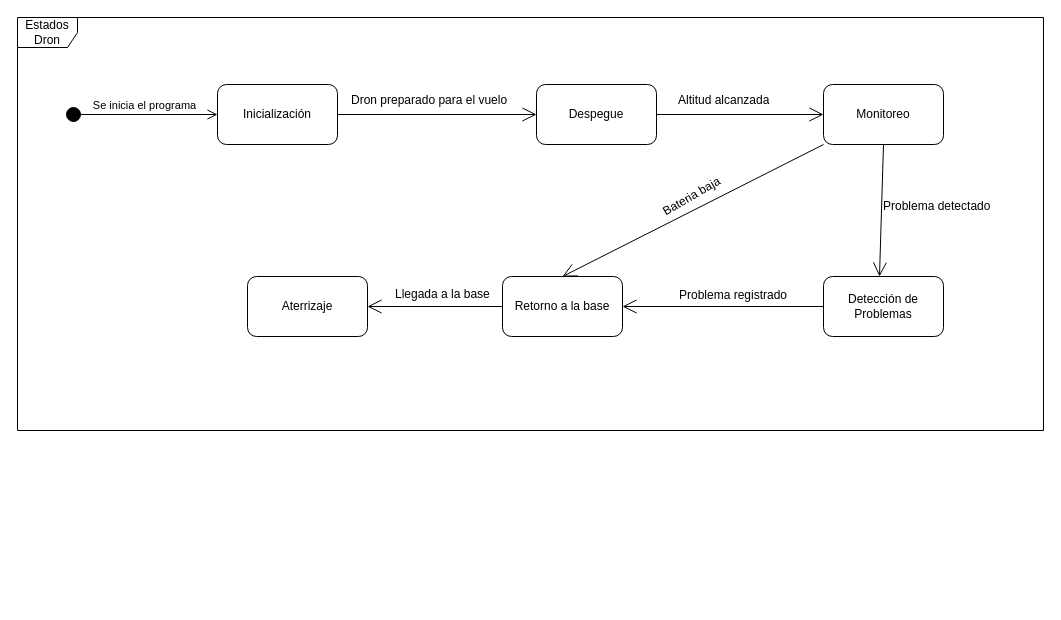
Before: DiagramaEstadoDron.drawio in Leche-de-flamenco/Proyecto-ETS, a draw.io diagram. Source tidied: cells renumbered, new cells numbered last; positions are measured from the earlier drawing's top-left corner, leaving out a move shared by most shapes. Both pictures are drawn from the tidied source at 100%, with x=0, y=0 at pixel (17, 17).
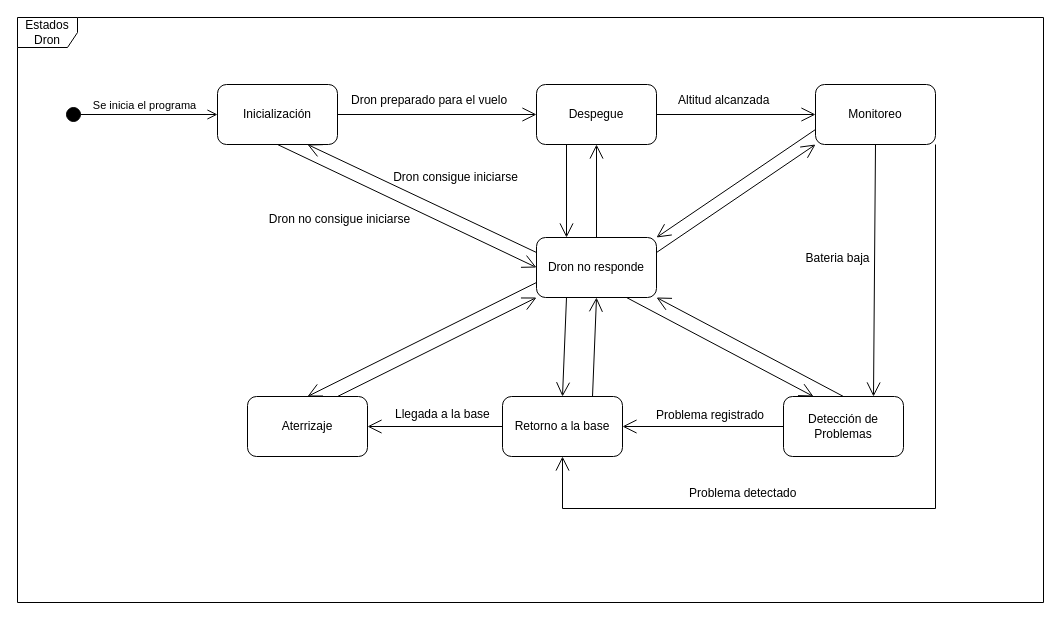
After the change.

The change refers to these unchanged cells:
```xml
<mxCell id="3" value="Inicialización" style="rounded=1;whiteSpace=wrap;html=1;" parent="1" vertex="1">
  <mxGeometry x="200" y="67" width="120" height="60" as="geometry" />
</mxCell>
<mxCell id="4" value="Despegue" style="rounded=1;whiteSpace=wrap;html=1;" parent="1" vertex="1">
  <mxGeometry x="519" y="67" width="120" height="60" as="geometry" />
</mxCell>
```

What changed in the source:
```diff
@@
     <mxCell id="7" value="Monitoreo" style="rounded=1;whiteSpace=wrap;html=1;" parent="1" vertex="1">
-      <mxGeometry x="806" y="67" width="120" height="60" as="geometry" />
+      <mxGeometry x="798" y="67" width="120" height="60" as="geometry" />
     </mxCell>
@@
     <mxCell id="10" value="Detección de Problemas" style="rounded=1;whiteSpace=wrap;html=1;" parent="1" vertex="1">
-      <mxGeometry x="806" y="259" width="120" height="60" as="geometry" />
+      <mxGeometry x="766" y="379" width="120" height="60" as="geometry" />
     </mxCell>
     <mxCell id="11" value="Problema detectado" style="text;whiteSpace=wrap;html=1;rotation=0;" parent="1" vertex="1">
-      <mxGeometry x="864" y="175" width="135" height="36" as="geometry" />
+      <mxGeometry x="670" y="462" width="135" height="36" as="geometry" />
     </mxCell>
-    <mxCell id="12" style="endArrow=open;endFill=1;endSize=12;html=1;rounded=0;exitX=0.5;exitY=1;exitDx=0;exitDy=0;" parent="1" edge="1" source="7">
-      <mxGeometry relative="1" as="geometry">
-        <mxPoint x="862" y="259" as="targetPoint" />
-      </mxGeometry>
+    <mxCell id="12" style="endArrow=open;endFill=1;endSize=12;html=1;rounded=0;exitX=0.5;exitY=1;exitDx=0;exitDy=0;entryX=0.75;entryY=0;entryDx=0;entryDy=0;" parent="1" edge="1" source="7" target="10">
+      <mxGeometry relative="1" as="geometry" />
     </mxCell>
     <mxCell id="13" value="Retorno a la base" style="rounded=1;whiteSpace=wrap;html=1;" parent="1" vertex="1">
-      <mxGeometry x="485" y="259" width="120" height="60" as="geometry" />
+      <mxGeometry x="485" y="379" width="120" height="60" as="geometry" />
     </mxCell>
-    <mxCell id="14" style="endArrow=open;endFill=1;endSize=12;html=1;rounded=0;exitX=0;exitY=1;exitDx=0;exitDy=0;entryX=0.5;entryY=0;entryDx=0;entryDy=0;" parent="1" edge="1" source="7" target="13">
-      <mxGeometry relative="1" as="geometry" />
+    <mxCell id="14" style="endArrow=open;endFill=1;endSize=12;html=1;rounded=0;exitX=1;exitY=1;exitDx=0;exitDy=0;entryX=0.5;entryY=1;entryDx=0;entryDy=0;" parent="1" edge="1" source="7" target="13">
+      <mxGeometry relative="1" as="geometry">
+        <Array as="points">
+          <mxPoint x="918" y="491" />
+          <mxPoint x="545" y="491" />
+        </Array>
+      </mxGeometry>
     </mxCell>
     <mxCell id="15" value="Aterrizaje" style="rounded=1;whiteSpace=wrap;html=1;" parent="1" vertex="1">
-      <mxGeometry x="230" y="259" width="120" height="60" as="geometry" />
+      <mxGeometry x="230" y="379" width="120" height="60" as="geometry" />
     </mxCell>
     <mxCell id="16" value="Llegada a la base" style="text;whiteSpace=wrap;html=1;" parent="1" vertex="1">
-      <mxGeometry x="376" y="263" width="123" height="36" as="geometry" />
+      <mxGeometry x="376" y="383" width="123" height="36" as="geometry" />
     </mxCell>
@@
-    <mxCell id="19" value="Bateria baja" style="text;html=1;strokeColor=none;fillColor=none;align=center;verticalAlign=middle;whiteSpace=wrap;rounded=0;rotation=-30;" parent="1" vertex="1">
-      <mxGeometry x="609" y="164" width="131" height="30" as="geometry" />
+    <mxCell id="19" value="Bateria baja" style="text;html=1;strokeColor=none;fillColor=none;align=center;verticalAlign=middle;whiteSpace=wrap;rounded=0;rotation=0;" parent="1" vertex="1">
+      <mxGeometry x="755" y="226" width="131" height="30" as="geometry" />
     </mxCell>
     <mxCell id="20" value="Problema registrado" style="text;html=1;strokeColor=none;fillColor=none;align=center;verticalAlign=middle;whiteSpace=wrap;rounded=0;" parent="1" vertex="1">
-      <mxGeometry x="639" y="263" width="154" height="30" as="geometry" />
+      <mxGeometry x="616" y="383" width="154" height="30" as="geometry" />
     </mxCell>
     <mxCell id="21" value="Estados Dron" style="shape=umlFrame;whiteSpace=wrap;html=1;" parent="1" vertex="1">
-      <mxGeometry width="1026" height="413" as="geometry" />
+      <mxGeometry width="1026" height="585" as="geometry" />
     </mxCell>
+    <mxCell id="22" value="Dron no responde" style="rounded=1;whiteSpace=wrap;html=1;" parent="1" vertex="1">
+      <mxGeometry x="519" y="220" width="120" height="60" as="geometry" />
+    </mxCell>
+    <mxCell id="23" style="endArrow=open;endFill=1;endSize=12;html=1;rounded=0;exitX=0.5;exitY=1;exitDx=0;exitDy=0;entryX=0;entryY=0.5;entryDx=0;entryDy=0;" parent="1" edge="1" source="3" target="22">
+      <mxGeometry relative="1" as="geometry" />
+    </mxCell>
+    <mxCell id="24" style="endArrow=open;endFill=1;endSize=12;html=1;rounded=0;entryX=0.75;entryY=1;entryDx=0;entryDy=0;exitX=0;exitY=0.25;exitDx=0;exitDy=0;" parent="1" edge="1" source="22" target="3">
+      <mxGeometry relative="1" as="geometry" />
+    </mxCell>
+    <mxCell id="25" value="Dron no consigue iniciarse" style="text;html=1;align=center;verticalAlign=middle;strokeColor=none;fillColor=none;" parent="1" vertex="1">
+      <mxGeometry x="242" y="189" width="159" height="26" as="geometry" />
+    </mxCell>
+    <mxCell id="26" value="Dron consigue iniciarse" style="text;html=1;align=center;verticalAlign=middle;strokeColor=none;fillColor=none;" parent="1" vertex="1">
+      <mxGeometry x="366" y="147" width="143" height="26" as="geometry" />
+    </mxCell>
+    <mxCell id="27" style="endArrow=open;endFill=1;endSize=12;html=1;rounded=0;exitX=0.25;exitY=1;exitDx=0;exitDy=0;entryX=0.25;entryY=0;entryDx=0;entryDy=0;" parent="1" edge="1" source="4" target="22">
+      <mxGeometry relative="1" as="geometry" />
+    </mxCell>
+    <mxCell id="28" style="endArrow=open;endFill=1;endSize=12;html=1;rounded=0;exitX=0.5;exitY=0;exitDx=0;exitDy=0;entryX=0.5;entryY=1;entryDx=0;entryDy=0;" parent="1" edge="1" source="22" target="4">
+      <mxGeometry relative="1" as="geometry" />
+    </mxCell>
+    <mxCell id="29" style="endArrow=open;endFill=1;endSize=12;html=1;rounded=0;exitX=1;exitY=0.25;exitDx=0;exitDy=0;entryX=0;entryY=1;entryDx=0;entryDy=0;" parent="1" edge="1" source="22" target="7">
+      <mxGeometry relative="1" as="geometry" />
+    </mxCell>
+    <mxCell id="30" style="endArrow=open;endFill=1;endSize=12;html=1;rounded=0;exitX=0;exitY=0.75;exitDx=0;exitDy=0;entryX=1;entryY=0;entryDx=0;entryDy=0;" parent="1" edge="1" source="7" target="22">
+      <mxGeometry relative="1" as="geometry" />
+    </mxCell>
+    <mxCell id="31" style="endArrow=open;endFill=1;endSize=12;html=1;rounded=0;exitX=0.5;exitY=0;exitDx=0;exitDy=0;entryX=1;entryY=1;entryDx=0;entryDy=0;" parent="1" edge="1" source="10" target="22">
+      <mxGeometry relative="1" as="geometry" />
+    </mxCell>
+    <mxCell id="32" style="endArrow=open;endFill=1;endSize=12;html=1;rounded=0;exitX=0.75;exitY=1;exitDx=0;exitDy=0;entryX=0.25;entryY=0;entryDx=0;entryDy=0;" parent="1" edge="1" source="22" target="10">
+      <mxGeometry relative="1" as="geometry" />
+    </mxCell>
+    <mxCell id="33" style="endArrow=open;endFill=1;endSize=12;html=1;rounded=0;exitX=0.75;exitY=0;exitDx=0;exitDy=0;entryX=0.5;entryY=1;entryDx=0;entryDy=0;" parent="1" edge="1" source="13" target="22">
+      <mxGeometry relative="1" as="geometry" />
+    </mxCell>
+    <mxCell id="34" style="endArrow=open;endFill=1;endSize=12;html=1;rounded=0;entryX=0.5;entryY=0;entryDx=0;entryDy=0;exitX=0.25;exitY=1;exitDx=0;exitDy=0;" parent="1" edge="1" source="22" target="13">
+      <mxGeometry relative="1" as="geometry" />
+    </mxCell>
+    <mxCell id="35" style="endArrow=open;endFill=1;endSize=12;html=1;rounded=0;entryX=0.5;entryY=0;entryDx=0;entryDy=0;exitX=0;exitY=0.75;exitDx=0;exitDy=0;" parent="1" edge="1" source="22" target="15">
+      <mxGeometry relative="1" as="geometry" />
+    </mxCell>
+    <mxCell id="36" style="endArrow=open;endFill=1;endSize=12;html=1;rounded=0;entryX=0;entryY=1;entryDx=0;entryDy=0;exitX=0.75;exitY=0;exitDx=0;exitDy=0;" parent="1" edge="1" source="15" target="22">
+      <mxGeometry relative="1" as="geometry" />
+    </mxCell>
```
